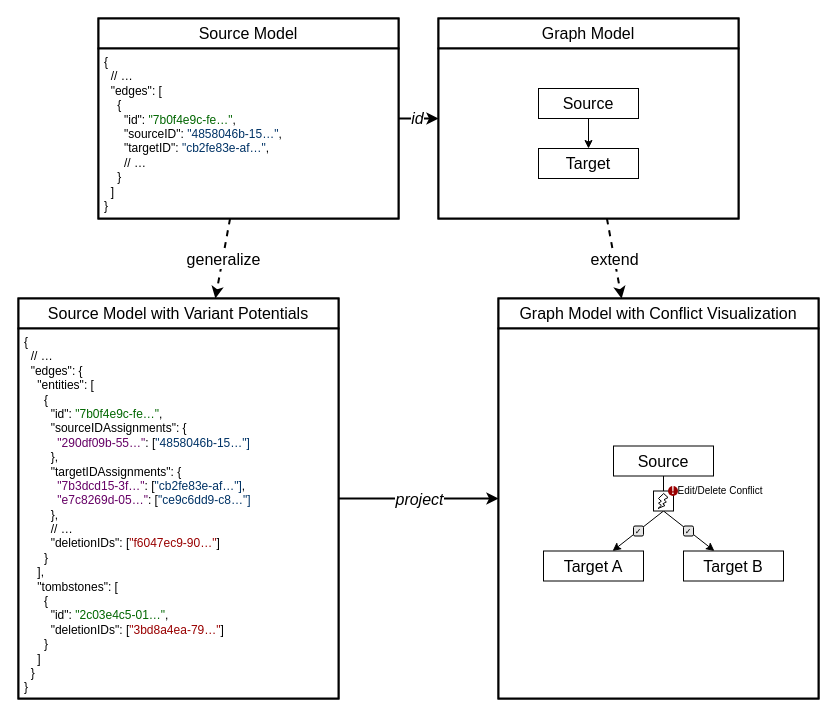
SoweluAvanzo/DAO-ML_Cinco_Cloud_Editor keeps this draw.io diagram as docs/vuepress/src/content/developer-guide/overview/assets/lazy-merging.drawio. Above is the earlier version. Source tidied: cells renumbered, new cells numbered last; positions are measured from the earlier drawing's top-left corner, leaving out a move shared by most shapes. Both pictures are drawn from the tidied source at 100%, with x=0, y=0 at pixel (18, 18).
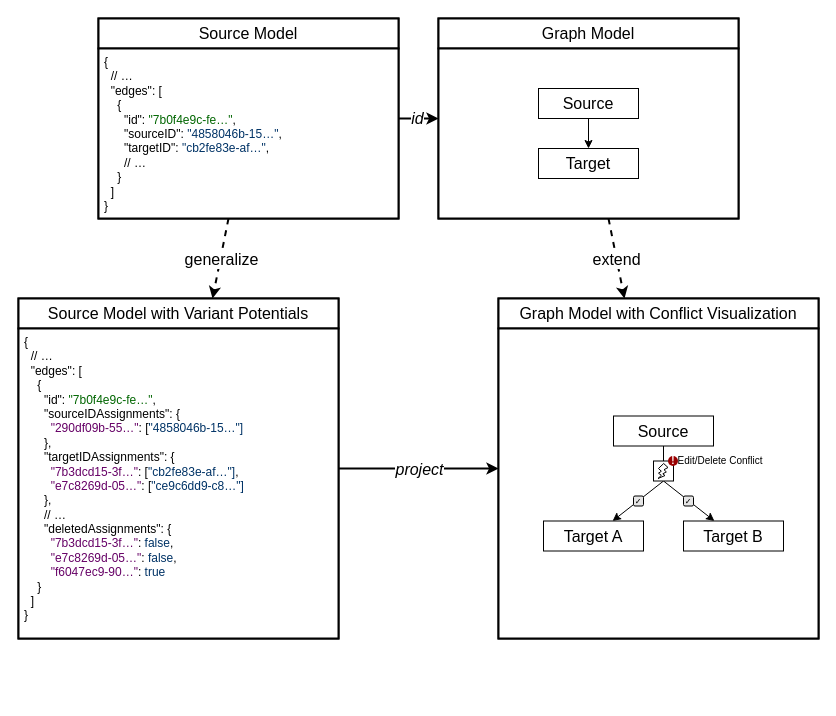
The same diagram, later.

Commit message (it also covers changes not shown here):
lazy-merging: Update illustration

See #329

Diff of the diagram source:
```diff
@@
     <mxCell id="12" style="rounded=0;whiteSpace=wrap;html=1;fontSize=16;fontFamily=Fira;strokeWidth=2;" parent="1" vertex="1">
-      <mxGeometry y="280" width="320" height="400" as="geometry" />
+      <mxGeometry y="280" width="320" height="340" as="geometry" />
     </mxCell>
     <mxCell id="13" style="rounded=0;whiteSpace=wrap;html=1;fontSize=16;fontFamily=Fira;strokeWidth=2;" parent="1" vertex="1">
-      <mxGeometry x="480" y="280" width="320" height="400" as="geometry" />
+      <mxGeometry x="480" y="280" width="320" height="340" as="geometry" />
     </mxCell>
@@
-    <mxCell id="19" value="{&lt;br style=&quot;border-color: var(--border-color);&quot;&gt;&amp;nbsp; // …&lt;br style=&quot;border-color: var(--border-color);&quot;&gt;&amp;nbsp; &quot;edges&quot;: {&lt;br&gt;&amp;nbsp; &amp;nbsp; &quot;entities&quot;: [&lt;br style=&quot;border-color: var(--border-color);&quot;&gt;&amp;nbsp; &amp;nbsp; &amp;nbsp; {&lt;br&gt;&amp;nbsp; &amp;nbsp; &amp;nbsp; &amp;nbsp; &quot;id&quot;:&amp;nbsp;&lt;font style=&quot;border-color: var(--border-color);&quot; color=&quot;#006600&quot;&gt;&quot;7b0f4e9c-fe…&quot;&lt;/font&gt;,&lt;br style=&quot;border-color: var(--border-color);&quot;&gt;&amp;nbsp; &amp;nbsp; &amp;nbsp; &amp;nbsp; &quot;sourceIDAssignments&quot;: {&lt;br&gt;&amp;nbsp; &amp;nbsp; &amp;nbsp; &amp;nbsp; &amp;nbsp;&amp;nbsp;&lt;font color=&quot;#660066&quot;&gt;&quot;290df09b-55…&quot;&lt;/font&gt;: [&lt;font color=&quot;#003366&quot;&gt;&quot;4858046b-15…&quot;]&lt;/font&gt;&lt;br&gt;&amp;nbsp; &amp;nbsp; &amp;nbsp; &amp;nbsp; },&lt;br style=&quot;border-color: var(--border-color);&quot;&gt;&amp;nbsp; &amp;nbsp; &amp;nbsp; &amp;nbsp; &quot;targetIDAssignments&quot;: {&lt;br style=&quot;border-color: var(--border-color);&quot;&gt;&amp;nbsp; &amp;nbsp; &amp;nbsp; &amp;nbsp; &amp;nbsp;&amp;nbsp;&lt;font color=&quot;#660066&quot;&gt;&quot;7b3dcd15-3f…&quot;&lt;/font&gt;: [&lt;font color=&quot;#003366&quot;&gt;&quot;cb2fe83e-af…&quot;]&lt;/font&gt;,&lt;br style=&quot;border-color: var(--border-color);&quot;&gt;&amp;nbsp; &amp;nbsp; &amp;nbsp; &amp;nbsp; &amp;nbsp;&amp;nbsp;&lt;font color=&quot;#660066&quot;&gt;&quot;e7c8269d-05…&quot;&lt;/font&gt;: [&lt;font color=&quot;#003366&quot;&gt;&quot;ce9c6dd9-c8…&quot;]&lt;/font&gt;&lt;br&gt;&amp;nbsp; &amp;nbsp; &amp;nbsp; &amp;nbsp; },&lt;br style=&quot;border-color: var(--border-color);&quot;&gt;&amp;nbsp; &amp;nbsp; &amp;nbsp; &amp;nbsp; // …&lt;br&gt;&amp;nbsp; &amp;nbsp; &amp;nbsp; &amp;nbsp; &quot;deletionIDs&quot;: [&lt;font color=&quot;#990000&quot;&gt;&quot;f6047ec9-90…&quot;&lt;/font&gt;]&lt;br style=&quot;border-color: var(--border-color);&quot;&gt;&amp;nbsp; &amp;nbsp; &amp;nbsp; }&lt;br style=&quot;border-color: var(--border-color);&quot;&gt;&amp;nbsp; &amp;nbsp; ],&lt;br&gt;&amp;nbsp; &amp;nbsp; &quot;tombstones&quot;: [&lt;br&gt;&amp;nbsp; &amp;nbsp; &amp;nbsp; {&lt;br style=&quot;border-color: var(--border-color);&quot;&gt;&amp;nbsp; &amp;nbsp; &amp;nbsp; &amp;nbsp; &quot;id&quot;:&amp;nbsp;&lt;font style=&quot;border-color: var(--border-color);&quot; color=&quot;#006600&quot;&gt;&quot;2c03e4c5-01…&quot;&lt;/font&gt;,&lt;br style=&quot;border-color: var(--border-color);&quot;&gt;&amp;nbsp; &amp;nbsp; &amp;nbsp; &amp;nbsp; &quot;deletionIDs&quot;: [&lt;font style=&quot;border-color: var(--border-color);&quot; color=&quot;#990000&quot;&gt;&quot;3bd8a4ea-79…&quot;&lt;/font&gt;]&lt;br style=&quot;border-color: var(--border-color);&quot;&gt;&amp;nbsp; &amp;nbsp; &amp;nbsp; }&lt;br&gt;&amp;nbsp; &amp;nbsp; ]&lt;br&gt;&amp;nbsp; }&lt;br&gt;}" style="rounded=0;whiteSpace=wrap;html=1;fontFamily=Source Code Pro;fontSize=12;align=left;verticalAlign=top;strokeWidth=2;spacingLeft=4;" parent="1" vertex="1">
-      <mxGeometry y="310" width="320" height="370" as="geometry" />
+    <mxCell id="19" value="{&lt;br style=&quot;border-color: var(--border-color);&quot;&gt;&amp;nbsp; // …&lt;br style=&quot;border-color: var(--border-color);&quot;&gt;&amp;nbsp; &quot;edges&quot;: [&lt;br style=&quot;border-color: var(--border-color);&quot;&gt;&amp;nbsp; &amp;nbsp; {&lt;br&gt;&amp;nbsp; &amp;nbsp; &amp;nbsp; &quot;id&quot;:&amp;nbsp;&lt;font style=&quot;border-color: var(--border-color);&quot; color=&quot;#006600&quot;&gt;&quot;7b0f4e9c-fe…&quot;&lt;/font&gt;,&lt;br style=&quot;border-color: var(--border-color);&quot;&gt;&amp;nbsp; &amp;nbsp; &amp;nbsp; &quot;sourceIDAssignments&quot;: {&lt;br&gt;&amp;nbsp; &amp;nbsp; &amp;nbsp; &amp;nbsp;&amp;nbsp;&lt;font color=&quot;#660066&quot;&gt;&quot;290df09b-55…&quot;&lt;/font&gt;: [&lt;font color=&quot;#003366&quot;&gt;&quot;4858046b-15…&quot;]&lt;/font&gt;&lt;br&gt;&amp;nbsp; &amp;nbsp; &amp;nbsp; },&lt;br style=&quot;border-color: var(--border-color);&quot;&gt;&amp;nbsp; &amp;nbsp; &amp;nbsp; &quot;targetIDAssignments&quot;: {&lt;br style=&quot;border-color: var(--border-color);&quot;&gt;&amp;nbsp; &amp;nbsp; &amp;nbsp; &amp;nbsp;&amp;nbsp;&lt;font color=&quot;#660066&quot;&gt;&quot;7b3dcd15-3f…&quot;&lt;/font&gt;: [&lt;font color=&quot;#003366&quot;&gt;&quot;cb2fe83e-af…&quot;]&lt;/font&gt;,&lt;br style=&quot;border-color: var(--border-color);&quot;&gt;&amp;nbsp; &amp;nbsp; &amp;nbsp; &amp;nbsp;&amp;nbsp;&lt;font color=&quot;#660066&quot;&gt;&quot;e7c8269d-05…&quot;&lt;/font&gt;: [&lt;font color=&quot;#003366&quot;&gt;&quot;ce9c6dd9-c8…&quot;]&lt;/font&gt;&lt;br&gt;&amp;nbsp; &amp;nbsp; &amp;nbsp; },&lt;br style=&quot;border-color: var(--border-color);&quot;&gt;&amp;nbsp; &amp;nbsp; &amp;nbsp; // …&lt;br&gt;&amp;nbsp; &amp;nbsp; &amp;nbsp; &quot;deletedAssignments&quot;: {&lt;br style=&quot;border-color: var(--border-color);&quot;&gt;&amp;nbsp; &amp;nbsp; &amp;nbsp; &amp;nbsp;&amp;nbsp;&lt;font style=&quot;border-color: var(--border-color);&quot; color=&quot;#660066&quot;&gt;&quot;7b3dcd15-3f…&quot;&lt;/font&gt;: &lt;font color=&quot;#003366&quot;&gt;false&lt;/font&gt;,&lt;br style=&quot;border-color: var(--border-color);&quot;&gt;&amp;nbsp; &amp;nbsp; &amp;nbsp; &amp;nbsp;&amp;nbsp;&lt;font style=&quot;border-color: var(--border-color);&quot; color=&quot;#660066&quot;&gt;&quot;e7c8269d-05…&quot;&lt;/font&gt;: &lt;font color=&quot;#003366&quot;&gt;false&lt;/font&gt;,&lt;br&gt;&amp;nbsp; &amp;nbsp; &amp;nbsp; &amp;nbsp; &lt;font color=&quot;#660066&quot;&gt;&quot;f6047ec9-90…&quot;&lt;/font&gt;: &lt;font color=&quot;#003366&quot;&gt;true&lt;/font&gt;&lt;br style=&quot;border-color: var(--border-color);&quot;&gt;&amp;nbsp; &amp;nbsp; }&lt;br style=&quot;border-color: var(--border-color);&quot;&gt;&amp;nbsp; ]&lt;br&gt;}" style="rounded=0;whiteSpace=wrap;html=1;fontFamily=Source Code Pro;fontSize=12;align=left;verticalAlign=top;strokeWidth=2;spacingLeft=4;" parent="1" vertex="1">
+      <mxGeometry y="310" width="320" height="310" as="geometry" />
     </mxCell>
@@
     <mxCell id="24" style="rounded=0;whiteSpace=wrap;html=1;fontFamily=Source Code Pro;fontSize=12;fontColor=#003366;strokeWidth=2;" parent="1" vertex="1">
-      <mxGeometry x="480" y="310" width="320" height="370" as="geometry" />
+      <mxGeometry x="480" y="310" width="320" height="310" as="geometry" />
     </mxCell>
     <mxCell id="25" value="&lt;span style=&quot;font-size: 16px;&quot;&gt;Source&lt;/span&gt;" style="rounded=0;whiteSpace=wrap;html=1;fontSize=16;fontFamily=Fira;" parent="1" vertex="1">
-      <mxGeometry x="595" y="427.5" width="100" height="30" as="geometry" />
+      <mxGeometry x="595" y="397.5" width="100" height="30" as="geometry" />
     </mxCell>
     <mxCell id="26" value="&lt;span style=&quot;font-size: 16px;&quot;&gt;Target A&lt;/span&gt;" style="rounded=0;whiteSpace=wrap;html=1;fontSize=16;fontFamily=Fira;" parent="1" vertex="1">
-      <mxGeometry x="525" y="532.5" width="100" height="30" as="geometry" />
+      <mxGeometry x="525" y="502.5" width="100" height="30" as="geometry" />
     </mxCell>
     <mxCell id="27" value="&lt;span style=&quot;font-size: 16px;&quot;&gt;Target B&lt;/span&gt;" style="rounded=0;whiteSpace=wrap;html=1;fontSize=16;fontFamily=Fira;" parent="1" vertex="1">
-      <mxGeometry x="665" y="532.5" width="100" height="30" as="geometry" />
+      <mxGeometry x="665" y="502.5" width="100" height="30" as="geometry" />
     </mxCell>
@@
     <mxCell id="31" value="✓" style="rounded=1;whiteSpace=wrap;html=1;fontSize=8;fillColor=#E6E6E6;" parent="1" vertex="1">
-      <mxGeometry x="665" y="507.5" width="10" height="10" as="geometry" />
+      <mxGeometry x="665" y="477.5" width="10" height="10" as="geometry" />
     </mxCell>
     <mxCell id="32" value="✓" style="rounded=1;whiteSpace=wrap;html=1;fontSize=8;fillColor=#E6E6E6;" parent="1" vertex="1">
-      <mxGeometry x="615" y="507.5" width="10" height="10" as="geometry" />
+      <mxGeometry x="615" y="477.5" width="10" height="10" as="geometry" />
     </mxCell>
     <mxCell id="33" style="rounded=0;whiteSpace=wrap;html=1;fontSize=16;fontFamily=Fira;" parent="1" vertex="1">
-      <mxGeometry x="635" y="472.5" width="20" height="20" as="geometry" />
+      <mxGeometry x="635" y="442.5" width="20" height="20" as="geometry" />
     </mxCell>
     <mxCell id="34" style="verticalLabelPosition=bottom;verticalAlign=top;html=1;shape=mxgraph.basic.flash;fontSize=16;fontFamily=Fira;" parent="1" vertex="1">
-      <mxGeometry x="639.5" y="475" width="10" height="15" as="geometry" />
+      <mxGeometry x="639.5" y="445" width="10" height="15" as="geometry" />
     </mxCell>
     <mxCell id="35" value="!" style="ellipse;whiteSpace=wrap;html=1;fillColor=#990000;strokeColor=none;fontFamily=Fira;fontColor=#FFFFFF;fontSize=10;verticalAlign=middle;spacingTop=-1;spacingLeft=0;spacingRight=0;fontStyle=1;" parent="1" vertex="1">
-      <mxGeometry x="649.5" y="467.5" width="10" height="10" as="geometry" />
+      <mxGeometry x="649.5" y="437.5" width="10" height="10" as="geometry" />
     </mxCell>
     <mxCell id="36" value="Edit/Delete Conflict" style="text;html=1;strokeColor=none;fillColor=none;align=center;verticalAlign=middle;whiteSpace=wrap;rounded=0;fontFamily=Fira;fontSize=10;fontColor=#000000;spacingTop=-1;" parent="1" vertex="1">
-      <mxGeometry x="657" y="467.5" width="90" height="10" as="geometry" />
+      <mxGeometry x="657" y="437.5" width="90" height="10" as="geometry" />
     </mxCell>
```
